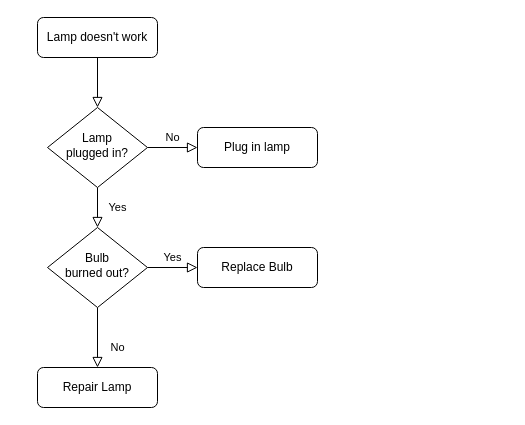
Before: Диаграмма без названия.drawio in dima-wadim/py_project, a draw.io diagram. Source tidied: cells renumbered, new cells numbered last; positions are measured from the earlier drawing's top-left corner, leaving out a move shared by most shapes. Both pictures are drawn from the tidied source at 100%, with x=0, y=0 at pixel (37, 17).
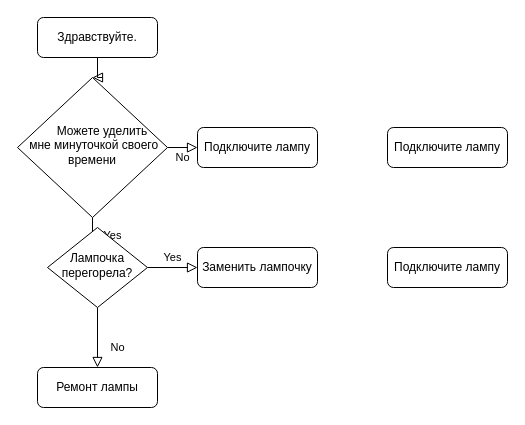
The same diagram, later.

What changed in the source:
```diff
@@
 <mxGraphModel>
   <root>
     <mxCell id="0" />
     <mxCell id="1" parent="0" />
     <mxCell id="2" style="rounded=0;html=1;jettySize=auto;fontSize=11;endArrow=block;endFill=0;endSize=8;strokeWidth=1;shadow=0;labelBackgroundColor=none;edgeStyle=orthogonalEdgeStyle;" parent="1" edge="1" source="3" target="6">
       <mxGeometry relative="1" as="geometry" />
     </mxCell>
-    <mxCell id="3" value="Lamp doesn't work" style="rounded=1;whiteSpace=wrap;html=1;fontSize=12;glass=0;strokeWidth=1;shadow=0;" parent="1" vertex="1">
+    <mxCell id="3" value="Здравствуйте." style="rounded=1;whiteSpace=wrap;html=1;fontSize=12;glass=0;strokeWidth=1;shadow=0;direction=west;" parent="1" vertex="1">
       <mxGeometry width="120" height="40" as="geometry" />
     </mxCell>
     <mxCell id="4" value="Yes" style="rounded=0;html=1;jettySize=auto;fontSize=11;endArrow=block;endFill=0;endSize=8;strokeWidth=1;shadow=0;labelBackgroundColor=none;edgeStyle=orthogonalEdgeStyle;" parent="1" edge="1" source="6" target="10">
       <mxGeometry y="20" relative="1" as="geometry" />
     </mxCell>
     <mxCell id="5" value="No" style="edgeStyle=orthogonalEdgeStyle;rounded=0;html=1;jettySize=auto;fontSize=11;endArrow=block;endFill=0;endSize=8;strokeWidth=1;shadow=0;labelBackgroundColor=none;" parent="1" edge="1" source="6" target="7">
       <mxGeometry y="10" relative="1" as="geometry" />
     </mxCell>
-    <mxCell id="6" value="Lamp&lt;br&gt;plugged in?" style="rhombus;whiteSpace=wrap;html=1;shadow=0;fontFamily=Helvetica;fontSize=12;align=center;strokeWidth=1;spacing=6;spacingTop=-4;" parent="1" vertex="1">
-      <mxGeometry x="10" y="90" width="100" height="80" as="geometry" />
+    <mxCell id="6" value="&amp;nbsp; &amp;nbsp; &amp;nbsp; Можете уделить&lt;div&gt;&amp;nbsp;мне минуточкой своего времени&lt;/div&gt;" style="rhombus;whiteSpace=wrap;html=1;shadow=0;fontFamily=Helvetica;fontSize=12;align=center;strokeWidth=1;spacing=6;spacingTop=-4;" parent="1" vertex="1">
+      <mxGeometry x="-20" y="60" width="150" height="140" as="geometry" />
     </mxCell>
-    <mxCell id="7" value="Plug in lamp" style="rounded=1;whiteSpace=wrap;html=1;fontSize=12;glass=0;strokeWidth=1;shadow=0;" parent="1" vertex="1">
+    <mxCell id="7" value="Подключите лампу" style="rounded=1;whiteSpace=wrap;html=1;fontSize=12;glass=0;strokeWidth=1;shadow=0;" parent="1" vertex="1">
       <mxGeometry x="160" y="110" width="120" height="40" as="geometry" />
     </mxCell>
     <mxCell id="8" value="No" style="rounded=0;html=1;jettySize=auto;fontSize=11;endArrow=block;endFill=0;endSize=8;strokeWidth=1;shadow=0;labelBackgroundColor=none;edgeStyle=orthogonalEdgeStyle;" parent="1" edge="1" source="10" target="11">
       <mxGeometry x="0.33" y="20" relative="1" as="geometry" />
     </mxCell>
     <mxCell id="9" value="Yes" style="edgeStyle=orthogonalEdgeStyle;rounded=0;html=1;jettySize=auto;fontSize=11;endArrow=block;endFill=0;endSize=8;strokeWidth=1;shadow=0;labelBackgroundColor=none;" parent="1" edge="1" source="10" target="12">
       <mxGeometry y="10" relative="1" as="geometry" />
     </mxCell>
-    <mxCell id="10" value="Bulb&lt;br&gt;burned out?" style="rhombus;whiteSpace=wrap;html=1;shadow=0;fontFamily=Helvetica;fontSize=12;align=center;strokeWidth=1;spacing=6;spacingTop=-4;" parent="1" vertex="1">
+    <mxCell id="10" value="Лампочка &lt;br&gt;перегорела?" style="rhombus;whiteSpace=wrap;html=1;shadow=0;fontFamily=Helvetica;fontSize=12;align=center;strokeWidth=1;spacing=6;spacingTop=-4;" parent="1" vertex="1">
       <mxGeometry x="10" y="210" width="100" height="80" as="geometry" />
     </mxCell>
-    <mxCell id="11" value="Repair Lamp" style="rounded=1;whiteSpace=wrap;html=1;fontSize=12;glass=0;strokeWidth=1;shadow=0;" parent="1" vertex="1">
+    <mxCell id="11" value="Ремонт лампы" style="rounded=1;whiteSpace=wrap;html=1;fontSize=12;glass=0;strokeWidth=1;shadow=0;" parent="1" vertex="1">
       <mxGeometry y="350" width="120" height="40" as="geometry" />
     </mxCell>
-    <mxCell id="12" value="Replace Bulb" style="rounded=1;whiteSpace=wrap;html=1;fontSize=12;glass=0;strokeWidth=1;shadow=0;" parent="1" vertex="1">
+    <mxCell id="12" value="Заменить лампочку" style="rounded=1;whiteSpace=wrap;html=1;fontSize=12;glass=0;strokeWidth=1;shadow=0;" parent="1" vertex="1">
       <mxGeometry x="160" y="230" width="120" height="40" as="geometry" />
     </mxCell>
+    <mxCell id="13" value="Подключите лампу" style="rounded=1;whiteSpace=wrap;html=1;fontSize=12;glass=0;strokeWidth=1;shadow=0;" parent="1" vertex="1">
+      <mxGeometry x="350" y="110" width="120" height="40" as="geometry" />
+    </mxCell>
+    <mxCell id="14" value="Подключите лампу" style="rounded=1;whiteSpace=wrap;html=1;fontSize=12;glass=0;strokeWidth=1;shadow=0;" parent="1" vertex="1">
+      <mxGeometry x="350" y="230" width="120" height="40" as="geometry" />
+    </mxCell>
   </root>
 </mxGraphModel>
```
